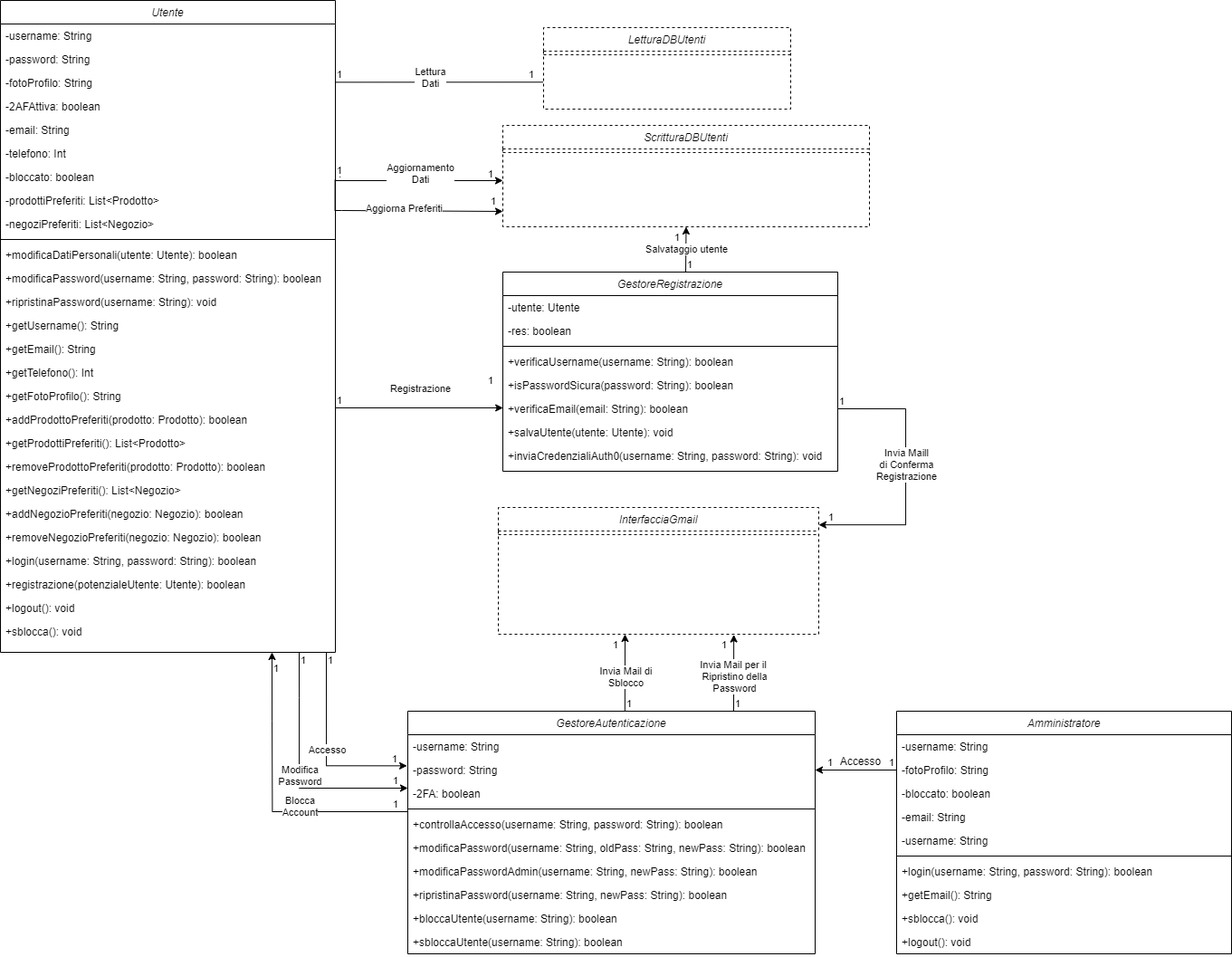
Before: UML/Diagrammi Classi/DiagrammaClassiAutenticazioneRegistrazione.png, a diagram exported from draw.io (G15-UniTN/iSpesa). Source tidied: cells renumbered, new cells last; positions are measured from the earlier drawing's top-left corner, leaving out a move shared by most shapes.
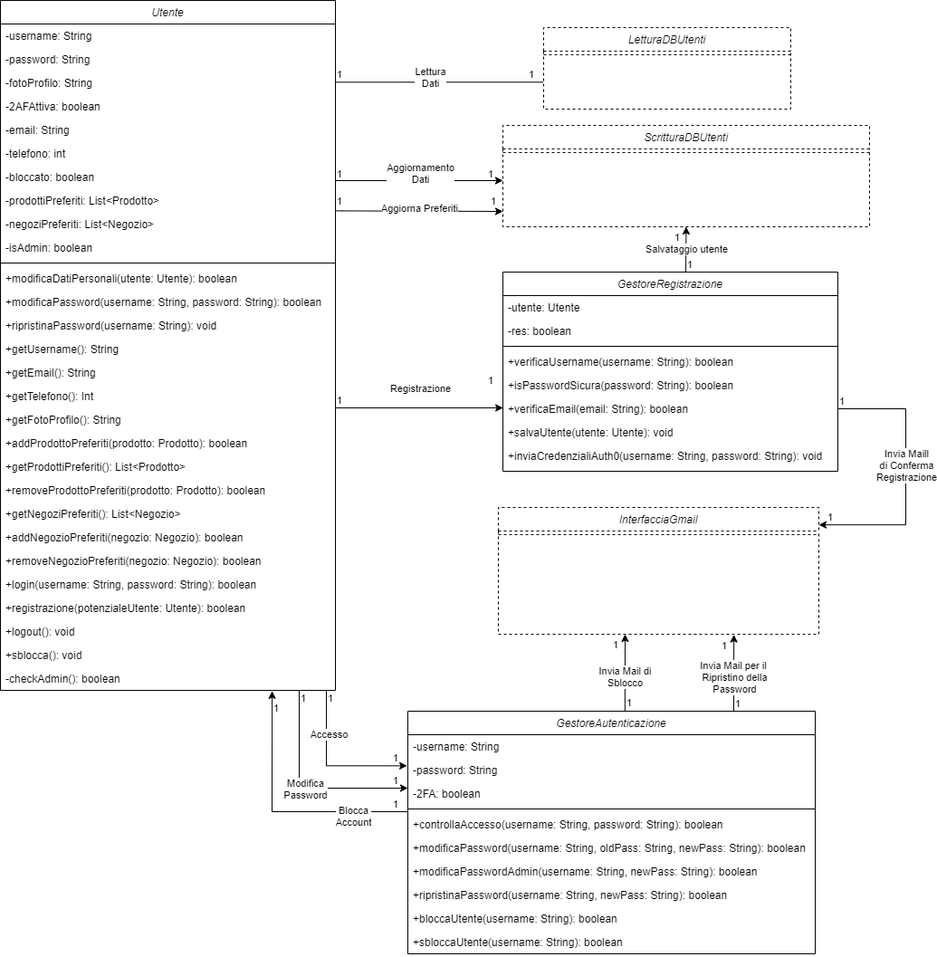
The same diagram one commit later.

Diff of the diagram source:
```diff
@@ -11,7 +11,7 @@
       </mxGeometry>
     </mxCell>
     <mxCell id="3" value="Utente" style="swimlane;fontStyle=2;align=center;verticalAlign=top;horizontal=1;startSize=26;rounded=0;shadow=0;strokeWidth=1;" parent="1" vertex="1">
-      <mxGeometry width="370" height="720" as="geometry" />
+      <mxGeometry width="370" height="762" as="geometry" />
     </mxCell>
     <mxCell id="4" value="-username: String" style="text;align=left;verticalAlign=top;spacingLeft=4;spacingRight=4;overflow=hidden;" parent="3" vertex="1">
       <mxGeometry y="26" width="370" height="26" as="geometry" />
@@ -28,7 +28,7 @@
     <mxCell id="8" value="-email: String" style="text;align=left;verticalAlign=top;spacingLeft=4;spacingRight=4;overflow=hidden;" parent="3" vertex="1">
       <mxGeometry y="130" width="370" height="26" as="geometry" />
     </mxCell>
-    <mxCell id="9" value="-telefono: Int" style="text;align=left;verticalAlign=top;spacingLeft=4;spacingRight=4;overflow=hidden;" parent="3" vertex="1">
+    <mxCell id="9" value="-telefono: int" style="text;align=left;verticalAlign=top;spacingLeft=4;spacingRight=4;overflow=hidden;" parent="3" vertex="1">
       <mxGeometry y="156" width="370" height="26" as="geometry" />
     </mxCell>
     <mxCell id="10" value="-bloccato: boolean" style="text;align=left;verticalAlign=top;spacingLeft=4;spacingRight=4;overflow=hidden;points=[[0,0.5],[1,0.5]];portConstraint=eastwest;" parent="3" vertex="1">
@@ -37,63 +37,69 @@
     <mxCell id="11" value="-prodottiPreferiti: List&lt;Prodotto&gt;" style="text;align=left;verticalAlign=top;spacingLeft=4;spacingRight=4;overflow=hidden;points=[[0,0.5],[1,0.5]];portConstraint=eastwest;" parent="3" vertex="1">
       <mxGeometry y="208" width="370" height="26" as="geometry" />
     </mxCell>
+    <mxCell id="115" value="-negoziPreferiti: List&lt;Negozio&gt;" style="text;align=left;verticalAlign=top;spacingLeft=4;spacingRight=4;overflow=hidden;" parent="3" vertex="1">
+      <mxGeometry y="234" width="370" height="26" as="geometry" />
+    </mxCell>
-    <mxCell id="12" value="-negoziPreferiti: List&lt;Negozio&gt;" style="text;align=left;verticalAlign=top;spacingLeft=4;spacingRight=4;overflow=hidden;" parent="3" vertex="1">
-      <mxGeometry y="234" width="370" height="26" as="geometry" />
+    <mxCell id="12" value="-isAdmin: boolean" style="text;align=left;verticalAlign=top;spacingLeft=4;spacingRight=4;overflow=hidden;" parent="3" vertex="1">
+      <mxGeometry y="260" width="370" height="26" as="geometry" />
     </mxCell>
     <mxCell id="13" style="line;html=1;strokeWidth=1;align=left;verticalAlign=middle;spacingTop=-1;spacingLeft=3;spacingRight=3;labelPosition=right;" parent="3" vertex="1">
-      <mxGeometry y="260" width="370" height="8" as="geometry" />
+      <mxGeometry y="286" width="370" height="8" as="geometry" />
     </mxCell>
     <mxCell id="14" value="+modificaDatiPersonali(utente: Utente): boolean" style="text;align=left;verticalAlign=top;spacingLeft=4;spacingRight=4;overflow=hidden;" parent="3" vertex="1">
-      <mxGeometry y="268" width="370" height="26" as="geometry" />
+      <mxGeometry y="294" width="370" height="26" as="geometry" />
     </mxCell>
     <mxCell id="15" value="+modificaPassword(username: String, password: String): boolean" style="text;align=left;verticalAlign=top;spacingLeft=4;spacingRight=4;overflow=hidden;" parent="3" vertex="1">
-      <mxGeometry y="294" width="370" height="26" as="geometry" />
+      <mxGeometry y="320" width="370" height="26" as="geometry" />
     </mxCell>
     <mxCell id="16" value="+ripristinaPassword(username: String): void" style="text;align=left;verticalAlign=top;spacingLeft=4;spacingRight=4;overflow=hidden;" parent="3" vertex="1">
-      <mxGeometry y="320" width="370" height="26" as="geometry" />
+      <mxGeometry y="346" width="370" height="26" as="geometry" />
     </mxCell>
     <mxCell id="17" value="+getUsername(): String" style="text;align=left;verticalAlign=top;spacingLeft=4;spacingRight=4;overflow=hidden;" parent="3" vertex="1">
-      <mxGeometry y="346" width="370" height="26" as="geometry" />
+      <mxGeometry y="372" width="370" height="26" as="geometry" />
     </mxCell>
     <mxCell id="18" value="+getEmail(): String" style="text;align=left;verticalAlign=top;spacingLeft=4;spacingRight=4;overflow=hidden;" parent="3" vertex="1">
-      <mxGeometry y="372" width="370" height="26" as="geometry" />
+      <mxGeometry y="398" width="370" height="26" as="geometry" />
     </mxCell>
     <mxCell id="19" value="+getTelefono(): Int" style="text;align=left;verticalAlign=top;spacingLeft=4;spacingRight=4;overflow=hidden;" parent="3" vertex="1">
-      <mxGeometry y="398" width="370" height="26" as="geometry" />
+      <mxGeometry y="424" width="370" height="26" as="geometry" />
     </mxCell>
     <mxCell id="20" value="+getFotoProfilo(): String" style="text;align=left;verticalAlign=top;spacingLeft=4;spacingRight=4;overflow=hidden;" parent="3" vertex="1">
-      <mxGeometry y="424" width="370" height="26" as="geometry" />
+      <mxGeometry y="450" width="370" height="26" as="geometry" />
     </mxCell>
     <mxCell id="21" value="+addProdottoPreferiti(prodotto: Prodotto): boolean" style="text;align=left;verticalAlign=top;spacingLeft=4;spacingRight=4;overflow=hidden;" parent="3" vertex="1">
-      <mxGeometry y="450" width="370" height="26" as="geometry" />
+      <mxGeometry y="476" width="370" height="26" as="geometry" />
     </mxCell>
     <mxCell id="22" value="+getProdottiPreferiti(): List&lt;Prodotto&gt;" style="text;align=left;verticalAlign=top;spacingLeft=4;spacingRight=4;overflow=hidden;" parent="3" vertex="1">
-      <mxGeometry y="476" width="370" height="26" as="geometry" />
+      <mxGeometry y="502" width="370" height="26" as="geometry" />
     </mxCell>
     <mxCell id="23" value="+removeProdottoPreferiti(prodotto: Prodotto): boolean" style="text;align=left;verticalAlign=top;spacingLeft=4;spacingRight=4;overflow=hidden;" parent="3" vertex="1">
-      <mxGeometry y="502" width="370" height="26" as="geometry" />
+      <mxGeometry y="528" width="370" height="26" as="geometry" />
     </mxCell>
     <mxCell id="24" value="+getNegoziPreferiti(): List&lt;Negozio&gt;" style="text;align=left;verticalAlign=top;spacingLeft=4;spacingRight=4;overflow=hidden;" parent="3" vertex="1">
-      <mxGeometry y="528" width="370" height="26" as="geometry" />
+      <mxGeometry y="554" width="370" height="26" as="geometry" />
     </mxCell>
     <mxCell id="25" value="+addNegozioPreferiti(negozio: Negozio): boolean" style="text;align=left;verticalAlign=top;spacingLeft=4;spacingRight=4;overflow=hidden;" parent="3" vertex="1">
-      <mxGeometry y="554" width="370" height="26" as="geometry" />
+      <mxGeometry y="580" width="370" height="26" as="geometry" />
     </mxCell>
     <mxCell id="26" value="+removeNegozioPreferiti(negozio: Negozio): boolean" style="text;align=left;verticalAlign=top;spacingLeft=4;spacingRight=4;overflow=hidden;" parent="3" vertex="1">
-      <mxGeometry y="580" width="370" height="26" as="geometry" />
+      <mxGeometry y="606" width="370" height="26" as="geometry" />
     </mxCell>
     <mxCell id="27" value="+login(username: String, password: String): boolean" style="text;align=left;verticalAlign=top;spacingLeft=4;spacingRight=4;overflow=hidden;" parent="3" vertex="1">
-      <mxGeometry y="606" width="370" height="26" as="geometry" />
+      <mxGeometry y="632" width="370" height="26" as="geometry" />
     </mxCell>
     <mxCell id="28" value="+registrazione(potenzialeUtente: Utente): boolean " style="text;align=left;verticalAlign=top;spacingLeft=4;spacingRight=4;overflow=hidden;points=[[0,0.5],[1,0.5]];portConstraint=eastwest;" parent="3" vertex="1">
-      <mxGeometry y="632" width="370" height="26" as="geometry" />
+      <mxGeometry y="658" width="370" height="26" as="geometry" />
     </mxCell>
     <mxCell id="29" value="+logout(): void" style="text;align=left;verticalAlign=top;spacingLeft=4;spacingRight=4;overflow=hidden;" parent="3" vertex="1">
-      <mxGeometry y="658" width="370" height="26" as="geometry" />
+      <mxGeometry y="684" width="370" height="26" as="geometry" />
     </mxCell>
     <mxCell id="30" value="+sblocca(): void" style="text;align=left;verticalAlign=top;spacingLeft=4;spacingRight=4;overflow=hidden;" parent="3" vertex="1">
-      <mxGeometry y="684" width="370" height="26" as="geometry" />
+      <mxGeometry y="710" width="370" height="26" as="geometry" />
     </mxCell>
+    <mxCell id="116" value="-checkAdmin(): boolean" style="text;align=left;verticalAlign=top;spacingLeft=4;spacingRight=4;overflow=hidden;points=[[0,0.5],[1,0.5]];portConstraint=eastwest;" parent="3" vertex="1">
+      <mxGeometry y="736" width="370" height="26" as="geometry" />
+    </mxCell>
     <mxCell id="31" value="GestoreRegistrazione" style="swimlane;fontStyle=2;align=center;verticalAlign=top;horizontal=1;startSize=26;rounded=0;shadow=0;strokeWidth=1;" parent="1" vertex="1">
       <mxGeometry x="555" y="300" width="370" height="220" as="geometry" />
     </mxCell>
@@ -160,39 +166,6 @@
     <mxCell id="52" value="+sbloccaUtente(username: String): boolean" style="text;align=left;verticalAlign=top;spacingLeft=4;spacingRight=4;overflow=hidden;" parent="42" vertex="1">
       <mxGeometry y="242" width="450" height="26" as="geometry" />
     </mxCell>
-    <mxCell id="53" value="Amministratore" style="swimlane;fontStyle=2;align=center;verticalAlign=top;horizontal=1;startSize=26;rounded=0;shadow=0;strokeWidth=1;" parent="1" vertex="1">
-      <mxGeometry x="990" y="785" width="370" height="268" as="geometry" />
-    </mxCell>
-    <mxCell id="54" value="-username: String" style="text;align=left;verticalAlign=top;spacingLeft=4;spacingRight=4;overflow=hidden;" parent="53" vertex="1">
-      <mxGeometry y="26" width="370" height="26" as="geometry" />
-    </mxCell>
-    <mxCell id="55" value="-fotoProfilo: String" style="text;align=left;verticalAlign=top;spacingLeft=4;spacingRight=4;overflow=hidden;" parent="53" vertex="1">
-      <mxGeometry y="52" width="370" height="26" as="geometry" />
-    </mxCell>
-    <mxCell id="56" value="-bloccato: boolean" style="text;align=left;verticalAlign=top;spacingLeft=4;spacingRight=4;overflow=hidden;" parent="53" vertex="1">
-      <mxGeometry y="78" width="370" height="26" as="geometry" />
-    </mxCell>
-    <mxCell id="57" value="-email: String" style="text;align=left;verticalAlign=top;spacingLeft=4;spacingRight=4;overflow=hidden;" parent="53" vertex="1">
-      <mxGeometry y="104" width="370" height="26" as="geometry" />
-    </mxCell>
-    <mxCell id="58" value="-username: String" style="text;align=left;verticalAlign=top;spacingLeft=4;spacingRight=4;overflow=hidden;" parent="53" vertex="1">
-      <mxGeometry y="130" width="370" height="26" as="geometry" />
-    </mxCell>
-    <mxCell id="59" style="line;html=1;strokeWidth=1;align=left;verticalAlign=middle;spacingTop=-1;spacingLeft=3;spacingRight=3;labelPosition=right;" parent="53" vertex="1">
-      <mxGeometry y="156" width="370" height="8" as="geometry" />
-    </mxCell>
-    <mxCell id="60" value="+login(username: String, password: String): boolean" style="text;align=left;verticalAlign=top;spacingLeft=4;spacingRight=4;overflow=hidden;" parent="53" vertex="1">
-      <mxGeometry y="164" width="370" height="26" as="geometry" />
-    </mxCell>
-    <mxCell id="61" value="+getEmail(): String" style="text;align=left;verticalAlign=top;spacingLeft=4;spacingRight=4;overflow=hidden;" parent="53" vertex="1">
-      <mxGeometry y="190" width="370" height="26" as="geometry" />
-    </mxCell>
-    <mxCell id="62" value="+sblocca(): void" style="text;align=left;verticalAlign=top;spacingLeft=4;spacingRight=4;overflow=hidden;" parent="53" vertex="1">
-      <mxGeometry y="216" width="370" height="26" as="geometry" />
-    </mxCell>
-    <mxCell id="63" value="+logout(): void" style="text;align=left;verticalAlign=top;spacingLeft=4;spacingRight=4;overflow=hidden;" parent="53" vertex="1">
-      <mxGeometry y="242" width="370" height="26" as="geometry" />
-    </mxCell>
     <mxCell id="64" style="endArrow=classic;html=1;entryX=0.014;entryY=0.25;entryDx=0;entryDy=0;entryPerimeter=0;" parent="1" edge="1">
       <mxGeometry relative="1" as="geometry">
         <mxPoint x="370" y="450" as="sourcePoint" />
@@ -212,13 +185,13 @@
         <mxPoint x="-10" y="-22" as="offset" />
       </mxGeometry>
     </mxCell>
-    <mxCell id="68" style="endArrow=classic;html=1;entryX=-0.002;entryY=0.321;entryDx=0;entryDy=0;entryPerimeter=0;edgeStyle=orthogonalEdgeStyle;rounded=0;" parent="1" edge="1" target="44">
-      <mxGeometry relative="1" as="geometry">
-        <mxPoint x="360" y="720" as="sourcePoint" />
-      </mxGeometry>
+    <mxCell id="68" style="endArrow=classic;html=1;entryX=-0.002;entryY=0.321;entryDx=0;entryDy=0;entryPerimeter=0;edgeStyle=orthogonalEdgeStyle;rounded=0;exitX=0.973;exitY=0.996;exitDx=0;exitDy=0;exitPerimeter=0;" parent="1" edge="1" source="116" target="44">
+      <mxGeometry relative="1" as="geometry" />
     </mxCell>
     <mxCell id="69" value="Accesso" style="edgeLabel;html=1;align=center;verticalAlign=middle;" parent="68" vertex="1">
-      <mxGeometry relative="1" as="geometry" />
+      <mxGeometry relative="1" as="geometry">
+        <mxPoint y="-35" as="offset" />
+      </mxGeometry>
     </mxCell>
     <mxCell id="70" value="1" style="edgeLabel;html=1;align=left;verticalAlign=bottom;" parent="68" vertex="1">
       <mxGeometry x="-1" relative="1" as="geometry">
@@ -285,12 +258,10 @@
     <mxCell id="84" value="1" style="edgeLabel;html=1;align=left;verticalAlign=bottom;" parent="1" vertex="1">
       <mxGeometry x="540" y="230" as="geometry" />
     </mxCell>
-    <mxCell id="85" style="endArrow=classic;html=1;edgeStyle=orthogonalEdgeStyle;rounded=0;" parent="1" edge="1">
+    <mxCell id="85" style="endArrow=classic;html=1;edgeStyle=orthogonalEdgeStyle;rounded=0;" parent="1" edge="1" source="116">
       <mxGeometry relative="1" as="geometry">
-        <mxPoint x="330" y="720" as="sourcePoint" />
         <mxPoint x="450" y="870" as="targetPoint" />
         <Array as="points">
-          <mxPoint x="330" y="770" />
           <mxPoint x="330" y="870" />
         </Array>
       </mxGeometry>
@@ -314,7 +285,7 @@
     <mxCell id="90" style="line;html=1;strokeWidth=1;align=left;verticalAlign=middle;spacingTop=-1;spacingLeft=3;spacingRight=3;labelPosition=right;dashed=1;" parent="89" vertex="1">
       <mxGeometry y="26" width="354" height="8" as="geometry" />
     </mxCell>
-    <mxCell id="91" style="endArrow=classic;html=1;edgeStyle=orthogonalEdgeStyle;rounded=0;exitX=0.999;exitY=0.624;exitDx=0;exitDy=0;exitPerimeter=0;" parent="1" edge="1" source="10">
+    <mxCell id="91" style="endArrow=classic;html=1;edgeStyle=orthogonalEdgeStyle;rounded=0;exitX=1;exitY=0.937;exitDx=0;exitDy=0;exitPerimeter=0;" parent="1" edge="1" source="11">
       <mxGeometry relative="1" as="geometry">
         <mxPoint x="555" y="233" as="targetPoint" />
         <Array as="points">
@@ -337,26 +308,6 @@
         <mxPoint x="-10" y="-33" as="offset" />
       </mxGeometry>
     </mxCell>
-    <mxCell id="95" style="endArrow=classic;html=1;edgeStyle=orthogonalEdgeStyle;rounded=0;" parent="1" edge="1">
-      <mxGeometry relative="1" as="geometry">
-        <mxPoint x="990" y="850" as="sourcePoint" />
-        <mxPoint x="900" y="850" as="targetPoint" />
-        <Array as="points">
-          <mxPoint x="990" y="850" />
-          <mxPoint x="990" y="850" />
-        </Array>
-      </mxGeometry>
-    </mxCell>
-    <mxCell id="96" value="1" style="edgeLabel;html=1;align=left;verticalAlign=bottom;" parent="95" vertex="1">
-      <mxGeometry x="-1" relative="1" as="geometry">
-        <mxPoint x="-10" as="offset" />
-      </mxGeometry>
-    </mxCell>
-    <mxCell id="97" value="1" style="edgeLabel;html=1;align=right;verticalAlign=bottom;" parent="95" vertex="1">
-      <mxGeometry x="1" relative="1" as="geometry">
-        <mxPoint x="20" as="offset" />
-      </mxGeometry>
-    </mxCell>
     <mxCell id="98" style="endArrow=classic;html=1;exitX=1;exitY=0.5;exitDx=0;exitDy=0;edgeStyle=orthogonalEdgeStyle;rounded=0;entryX=1;entryY=0.137;entryDx=0;entryDy=0;entryPerimeter=0;" parent="1" edge="1" source="37" target="89">
       <mxGeometry relative="1" as="geometry">
         <Array as="points">
@@ -415,24 +366,24 @@
         <mxPoint x="-7" y="20" as="offset" />
       </mxGeometry>
     </mxCell>
-    <mxCell id="110" style="endArrow=none;html=1;edgeStyle=orthogonalEdgeStyle;rounded=0;startArrow=classic;startFill=1;endFill=0;" parent="1" edge="1">
+    <mxCell id="110" style="endArrow=none;html=1;edgeStyle=orthogonalEdgeStyle;rounded=0;startArrow=classic;startFill=1;endFill=0;exitX=0.811;exitY=1.033;exitDx=0;exitDy=0;exitPerimeter=0;" parent="1" edge="1" source="116">
       <mxGeometry relative="1" as="geometry">
-        <mxPoint x="300" y="720" as="sourcePoint" />
         <mxPoint x="450" y="896" as="targetPoint" />
         <Array as="points">
-          <mxPoint x="300.4" y="796" />
-          <mxPoint x="300.4" y="896" />
+          <mxPoint x="300" y="796" />
+          <mxPoint x="300" y="796" />
+          <mxPoint x="300" y="896" />
         </Array>
       </mxGeometry>
     </mxCell>
     <mxCell id="111" value="Blocca&lt;br&gt;Account" style="edgeLabel;html=1;align=center;verticalAlign=middle;" parent="110" vertex="1">
       <mxGeometry relative="1" as="geometry">
-        <mxPoint x="30" y="7" as="offset" />
+        <mxPoint x="81" y="4" as="offset" />
       </mxGeometry>
     </mxCell>
     <mxCell id="112" value="1" style="edgeLabel;html=1;align=left;verticalAlign=bottom;" parent="110" vertex="1">
       <mxGeometry x="-1" relative="1" as="geometry">
-        <mxPoint y="26" as="offset" />
+        <mxPoint y="27" as="offset" />
       </mxGeometry>
     </mxCell>
     <mxCell id="113" value="1" style="edgeLabel;html=1;align=right;verticalAlign=bottom;" parent="110" vertex="1">
@@ -440,8 +391,5 @@
         <mxPoint x="-10" as="offset" />
       </mxGeometry>
     </mxCell>
-    <mxCell id="114" value="Accesso" style="text;html=1;align=center;verticalAlign=middle;strokeColor=none;" parent="1" vertex="1">
-      <mxGeometry x="920" y="830" width="60" height="20" as="geometry" />
-    </mxCell>
   </root>
 </mxGraphModel>
```
